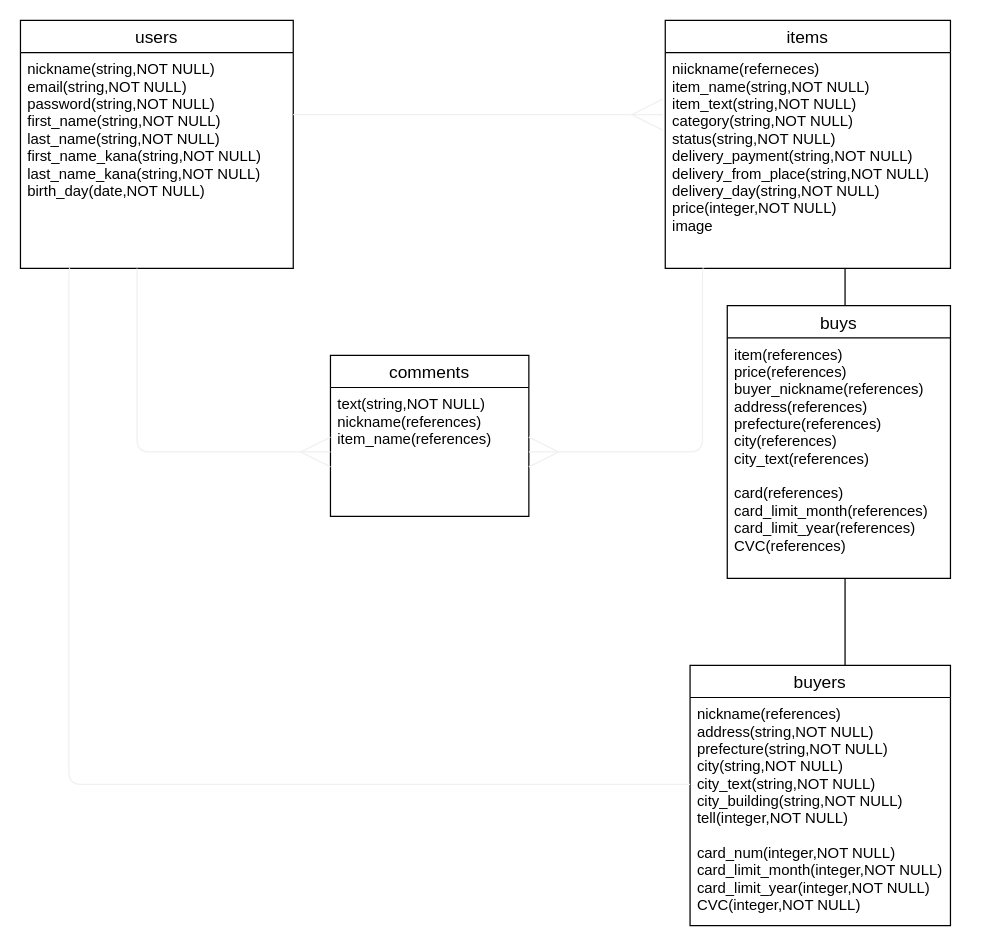
shota-ishi73/furima-34251 keeps this draw.io diagram as ER.dio. Above is the earlier version. Source tidied: cells renumbered, new cells numbered last; positions are measured from the earlier drawing's top-left corner, leaving out a move shared by most shapes. Both pictures are drawn from the tidied source at 124%, with x=0, y=0 at pixel (20, 20).
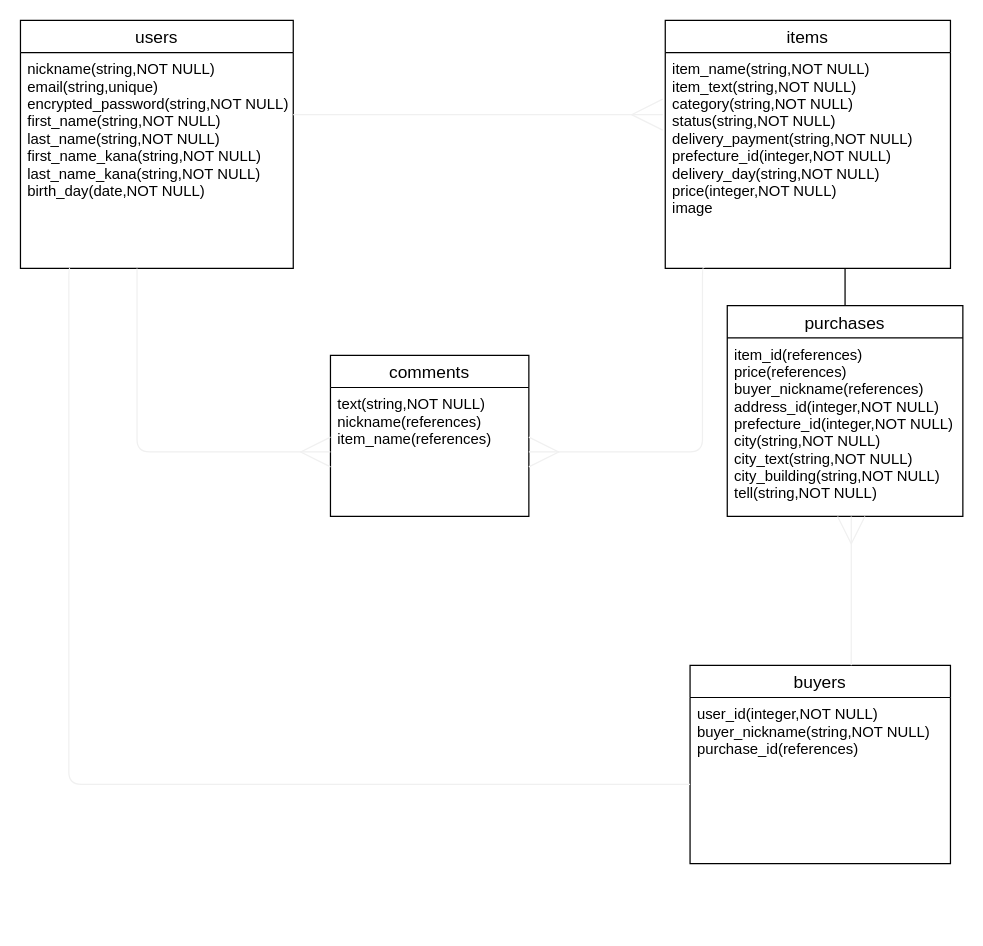
The same page after the edit.

Unchanged cells that the change refers to:
```xml
<mxCell id="2" value="users" style="swimlane;fontStyle=0;horizontal=1;startSize=26;align=center;fontSize=14;" parent="1" vertex="1">
  <mxGeometry width="220" height="200" as="geometry" />
</mxCell>
<mxCell id="4" value="items" style="swimlane;fontStyle=0;horizontal=1;startSize=26;align=center;fontSize=14;" parent="1" vertex="1">
  <mxGeometry x="520" width="230" height="200" as="geometry" />
</mxCell>
```

Change to the diagram source:
```diff
@@
-    <mxCell id="3" value="nickname(string,NOT NULL)&#10;email(string,NOT NULL)&#10;password(string,NOT NULL)&#10;first_name(string,NOT NULL)&#10;last_name(string,NOT NULL)&#10;first_name_kana(string,NOT NULL)&#10;last_name_kana(string,NOT NULL)&#10;birth_day(date,NOT NULL)&#10;" style="text;strokeColor=none;fillColor=none;spacingLeft=4;spacingRight=4;overflow=hidden;fontSize=12;" parent="2" vertex="1">
+    <mxCell id="3" value="nickname(string,NOT NULL)&#10;email(string,unique)&#10;encrypted_password(string,NOT NULL)&#10;first_name(string,NOT NULL)&#10;last_name(string,NOT NULL)&#10;first_name_kana(string,NOT NULL)&#10;last_name_kana(string,NOT NULL)&#10;birth_day(date,NOT NULL)&#10;" style="text;strokeColor=none;fillColor=none;spacingLeft=4;spacingRight=4;overflow=hidden;fontSize=12;" parent="2" vertex="1">
       <mxGeometry y="26" width="220" height="174" as="geometry" />
     </mxCell>
@@
-    <mxCell id="5" value="niickname(referneces)&#10;item_name(string,NOT NULL)&#10;item_text(string,NOT NULL)&#10;category(string,NOT NULL)&#10;status(string,NOT NULL)&#10;delivery_payment(string,NOT NULL)&#10;delivery_from_place(string,NOT NULL)&#10;delivery_day(string,NOT NULL)&#10;price(integer,NOT NULL)&#10;image" style="text;strokeColor=none;fillColor=none;spacingLeft=4;spacingRight=4;overflow=hidden;points=[[0,0.5],[1,0.5]];portConstraint=eastwest;fontSize=12;" parent="4" vertex="1">
+    <mxCell id="5" value="item_name(string,NOT NULL)&#10;item_text(string,NOT NULL)&#10;category(string,NOT NULL)&#10;status(string,NOT NULL)&#10;delivery_payment(string,NOT NULL)&#10;prefecture_id(integer,NOT NULL)&#10;delivery_day(string,NOT NULL)&#10;price(integer,NOT NULL)&#10;image" style="text;strokeColor=none;fillColor=none;spacingLeft=4;spacingRight=4;overflow=hidden;points=[[0,0.5],[1,0.5]];portConstraint=eastwest;fontSize=12;" parent="4" vertex="1">
       <mxGeometry y="26" width="230" height="174" as="geometry" />
     </mxCell>
@@
-    <mxCell id="12" value="buys" style="swimlane;fontStyle=0;horizontal=1;startSize=26;align=center;fontSize=14;strokeWidth=1;" parent="1" vertex="1">
-      <mxGeometry x="570" y="230" width="180" height="220" as="geometry" />
+    <mxCell id="12" value="purchases" style="swimlane;fontStyle=0;horizontal=1;startSize=26;align=center;fontSize=14;strokeWidth=1;" parent="1" vertex="1">
+      <mxGeometry x="570" y="230" width="190" height="170" as="geometry" />
     </mxCell>
-    <mxCell id="13" value="item(references)&#10;price(references)&#10;buyer_nickname(references)&#10;address(references)&#10;prefecture(references)&#10;city(references)&#10;city_text(references)&#10;&#10;card(references)&#10;card_limit_month(references)&#10;card_limit_year(references)&#10;CVC(references)" style="text;strokeColor=none;fillColor=none;spacingLeft=4;spacingRight=4;overflow=hidden;fontSize=12;" parent="12" vertex="1">
-      <mxGeometry y="26" width="180" height="194" as="geometry" />
+    <mxCell id="13" value="item_id(references)&#10;price(references)&#10;buyer_nickname(references)&#10;address_id(integer,NOT NULL)&#10;prefecture_id(integer,NOT NULL)&#10;city(string,NOT NULL)&#10;city_text(string,NOT NULL)&#10;city_building(string,NOT NULL)&#10;tell(string,NOT NULL)&#10;" style="text;strokeColor=none;fillColor=none;spacingLeft=4;spacingRight=4;overflow=hidden;fontSize=12;" parent="12" vertex="1">
+      <mxGeometry y="26" width="190" height="144" as="geometry" />
     </mxCell>
     <mxCell id="14" value="buyers" style="swimlane;fontStyle=0;horizontal=1;startSize=26;align=center;fontSize=14;strokeWidth=1;" parent="1" vertex="1">
-      <mxGeometry x="540" y="520" width="210" height="210" as="geometry" />
+      <mxGeometry x="540" y="520" width="210" height="160" as="geometry" />
     </mxCell>
-    <mxCell id="15" value="nickname(references)&#10;address(string,NOT NULL)&#10;prefecture(string,NOT NULL)&#10;city(string,NOT NULL)&#10;city_text(string,NOT NULL)&#10;city_building(string,NOT NULL)&#10;tell(integer,NOT NULL)&#10;&#10;card_num(integer,NOT NULL)&#10;card_limit_month(integer,NOT NULL)&#10;card_limit_year(integer,NOT NULL)&#10;CVC(integer,NOT NULL)" style="text;strokeColor=none;fillColor=none;spacingLeft=4;spacingRight=4;overflow=hidden;fontSize=12;" parent="14" vertex="1">
-      <mxGeometry y="26" width="210" height="184" as="geometry" />
+    <mxCell id="15" value="user_id(integer,NOT NULL)&#10;buyer_nickname(string,NOT NULL)&#10;purchase_id(references)" style="text;strokeColor=none;fillColor=none;spacingLeft=4;spacingRight=4;overflow=hidden;fontSize=12;" parent="14" vertex="1">
+      <mxGeometry y="26" width="210" height="134" as="geometry" />
     </mxCell>
-    <mxCell id="16" style="line;strokeWidth=1;dashed=0;labelPosition=right;align=left;verticalAlign=middle;spacingTop=0;spacingLeft=6;fontSize=13;direction=south;" parent="1" vertex="1">
-      <mxGeometry x="660" y="450" width="10" height="70" as="geometry" />
-    </mxCell>
-    <mxCell id="17" style="edgeStyle=elbowEdgeStyle;fontSize=12;html=1;endArrow=none;endFill=0;strokeColor=#F0F0F0;strokeWidth=1;" parent="1" edge="1">
+    <mxCell id="17" style="edgeStyle=elbowEdgeStyle;fontSize=12;html=1;endArrow=none;endFill=0;strokeColor=#F0F0F0;strokeWidth=1;endSize=23;" parent="1" edge="1">
       <mxGeometry relative="1" as="geometry">
-        <mxPoint x="540" y="616" as="sourcePoint" />
-        <mxPoint x="40" y="200" as="targetPoint" />
+        <mxPoint x="40" y="200" as="sourcePoint" />
+        <mxPoint x="540" y="616" as="targetPoint" />
         <Array as="points">
           <mxPoint x="39" y="410" />
         </Array>
       </mxGeometry>
     </mxCell>
+    <mxCell id="18" style="edgeStyle=orthogonalEdgeStyle;fontSize=12;html=1;endArrow=ERmany;strokeColor=#F0F0F0;strokeWidth=1;exitX=0.619;exitY=0;exitDx=0;exitDy=0;exitPerimeter=0;endSize=20;" parent="1" edge="1" source="14">
+      <mxGeometry relative="1" as="geometry">
+        <mxPoint x="670" y="400" as="targetPoint" />
+      </mxGeometry>
+    </mxCell>
```
